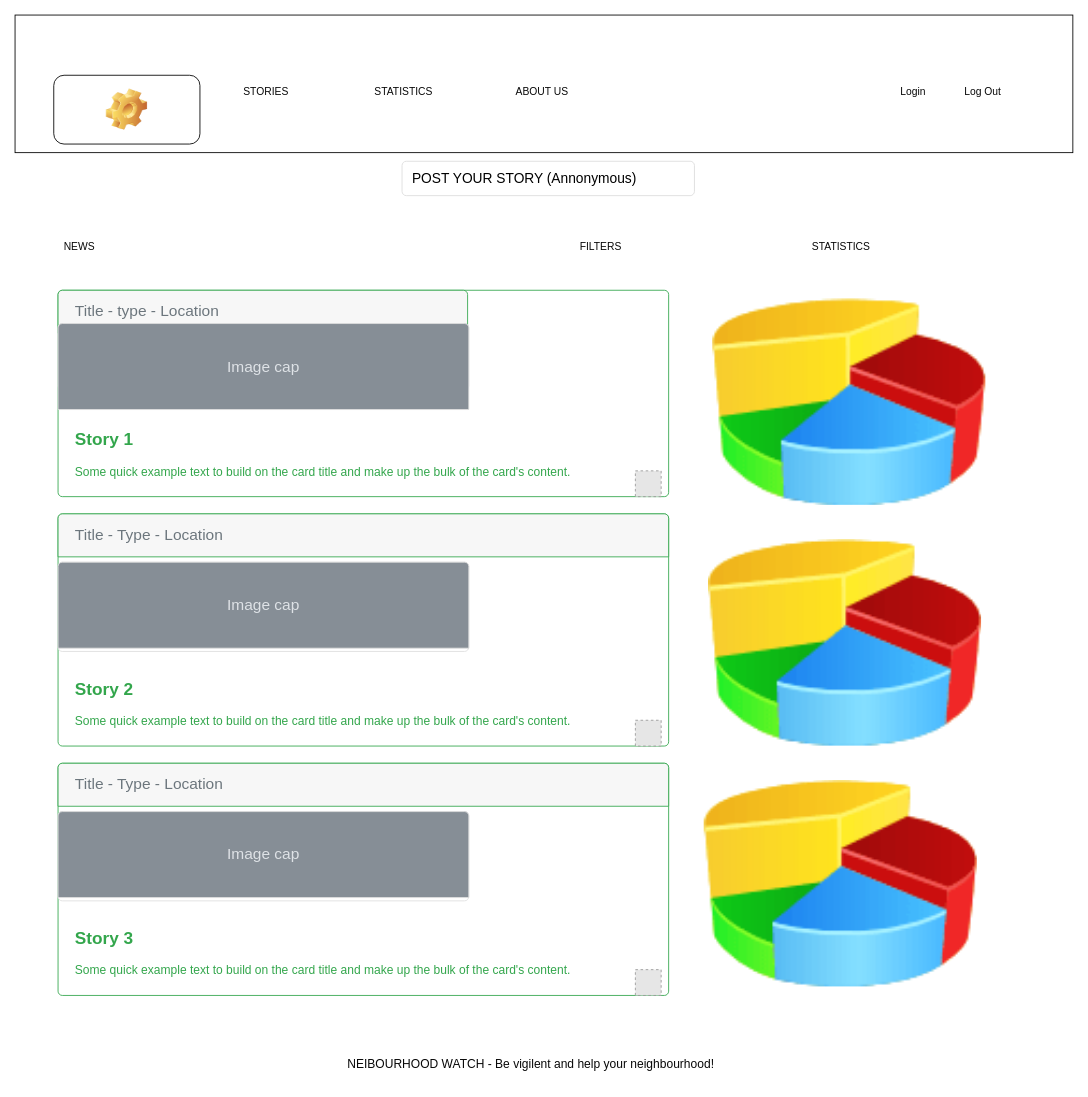
This is page "STORIES (Home)" (1 of 5) of Diagram.drawio from CristinaConsta/Neighbourhood, a draw.io file, before an edit. Source tidied: cells renumbered, new cells numbered last; positions are measured from the earlier drawing's top-left corner, leaving out a move shared by most shapes. Both pictures are drawn from the tidied source at 86%, with x=0, y=0 at pixel (15, 15). Pictures stored in the file or linked from it are replaced by grey dashed boxes.
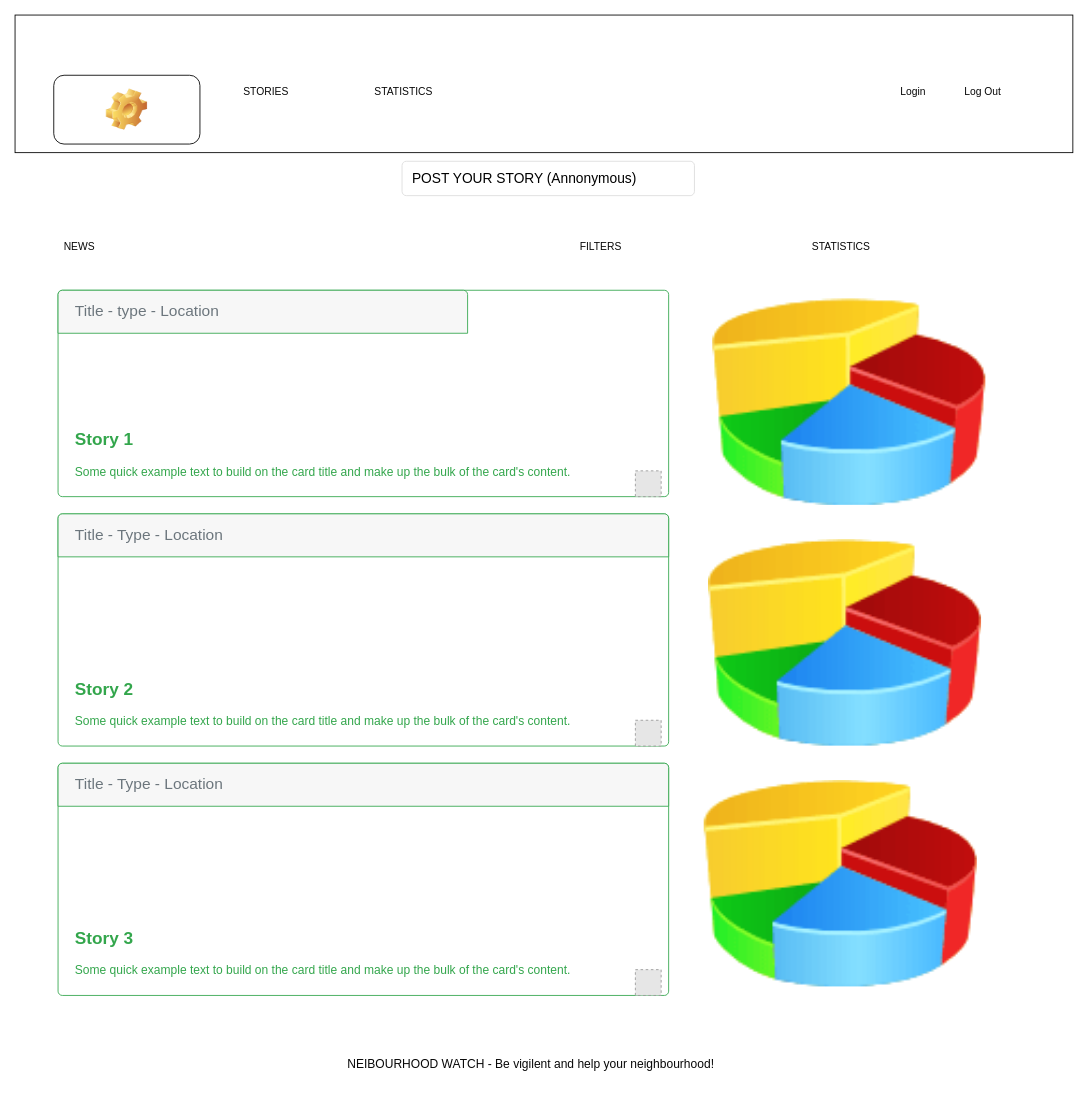
After the change.

The change refers to these unchanged cells:
```xml
<mxCell id="3" style="html=1;shadow=0;dashed=0;shape=mxgraph.bootstrap.rect;strokeColor=none;whiteSpace=wrap;rounded=0;fontSize=12;align=center;fillColor=none;noLabel=1;fontColor=none;" parent="1" vertex="1">
  <mxGeometry x="245" y="70" width="920" height="40" as="geometry" />
</mxCell>
<mxCell id="17" value="&lt;b&gt;&lt;font style=&quot;font-size: 20px&quot;&gt;Story 2&lt;/font&gt;&lt;/b&gt;&lt;br style=&quot;font-size: 14px&quot;&gt;&lt;br style=&quot;font-size: 14px&quot;&gt;Some quick example text to build on the card title and make up the bulk of the card's content." style="html=1;shadow=0;dashed=0;shape=mxgraph.bootstrap.rrect;rSize=5;strokeColor=#33A64C;html=1;whiteSpace=wrap;fillColor=#ffffff;fontColor=#33A64C;verticalAlign=bottom;align=left;spacing=20;spacingBottom=0;fontSize=14;" parent="1" vertex="1">
  <mxGeometry x="50" y="580" width="710" height="270" as="geometry" />
</mxCell>
<mxCell id="22" value="&lt;b&gt;&lt;font style=&quot;font-size: 20px&quot;&gt;Story 3&lt;/font&gt;&lt;/b&gt;&lt;br style=&quot;font-size: 14px&quot;&gt;&lt;br style=&quot;font-size: 14px&quot;&gt;Some quick example text to build on the card title and make up the bulk of the card's content." style="html=1;shadow=0;dashed=0;shape=mxgraph.bootstrap.rrect;rSize=5;strokeColor=#33A64C;html=1;whiteSpace=wrap;fillColor=#ffffff;fontColor=#33A64C;verticalAlign=bottom;align=left;spacing=20;spacingBottom=0;fontSize=14;" parent="1" vertex="1">
  <mxGeometry x="50" y="870" width="710" height="270" as="geometry" />
</mxCell>
```

Change to the diagram source:
```diff
@@
+    <mxCell id="12" value="&lt;b&gt;&lt;font style=&quot;font-size: 20px&quot;&gt;Story 1&lt;/font&gt;&lt;/b&gt;&lt;br style=&quot;font-size: 14px&quot;&gt;&lt;br style=&quot;font-size: 14px&quot;&gt;Some quick example text to build on the card title and make up the bulk of the card's content." style="html=1;shadow=0;dashed=0;shape=mxgraph.bootstrap.rrect;rSize=5;strokeColor=#33A64C;html=1;whiteSpace=wrap;fillColor=#ffffff;fontColor=#33A64C;verticalAlign=bottom;align=left;spacing=20;spacingBottom=0;fontSize=14;" parent="1" vertex="1">
+      <mxGeometry x="50" y="320" width="710" height="240" as="geometry" />
+    </mxCell>
+    <mxCell id="13" value="Title - type - Location" style="html=1;shadow=0;dashed=0;shape=mxgraph.bootstrap.topButton;rSize=5;perimeter=none;whiteSpace=wrap;fillColor=#F7F7F7;strokeColor=#33A64C;fontColor=#6C767D;fontSize=18;align=left;spacing=20;" parent="12" vertex="1">
+      <mxGeometry width="476.22" height="50" relative="1" as="geometry" />
+    </mxCell>
+    <mxCell id="16" style="fillColor=#E6E6E6;strokeColor=#999999;dashed=1;html=1;verticalAlign=top;verticalLabelPosition=bottom;labelBackgroundColor=#ffffff;" parent="12" vertex="1">
+      <mxGeometry x="671.3" y="210" width="30" height="30" as="geometry" />
+    </mxCell>
@@
-    <mxCell id="6" value="ABOUT US" style="html=1;shadow=0;dashed=0;fillColor=none;strokeColor=none;shape=mxgraph.bootstrap.rect;whiteSpace=wrap;fontColor=#080808;" parent="3" vertex="1">
-      <mxGeometry x="322" width="92" height="40" as="geometry" />
-    </mxCell>
@@
-    <mxCell id="12" value="&lt;b&gt;&lt;font style=&quot;font-size: 20px&quot;&gt;Story 1&lt;/font&gt;&lt;/b&gt;&lt;br style=&quot;font-size: 14px&quot;&gt;&lt;br style=&quot;font-size: 14px&quot;&gt;Some quick example text to build on the card title and make up the bulk of the card's content." style="html=1;shadow=0;dashed=0;shape=mxgraph.bootstrap.rrect;rSize=5;strokeColor=#33A64C;html=1;whiteSpace=wrap;fillColor=#ffffff;fontColor=#33A64C;verticalAlign=bottom;align=left;spacing=20;spacingBottom=0;fontSize=14;" parent="1" vertex="1">
-      <mxGeometry x="50" y="320" width="710" height="240" as="geometry" />
-    </mxCell>
-    <mxCell id="13" value="Title - type - Location" style="html=1;shadow=0;dashed=0;shape=mxgraph.bootstrap.topButton;rSize=5;perimeter=none;whiteSpace=wrap;fillColor=#F7F7F7;strokeColor=#33A64C;fontColor=#6C767D;fontSize=18;align=left;spacing=20;" parent="12" vertex="1">
-      <mxGeometry width="476.22" height="50" relative="1" as="geometry" />
-    </mxCell>
-    <mxCell id="14" style="html=1;shadow=0;dashed=0;shape=mxgraph.bootstrap.rrect;rSize=5;strokeColor=#DFDFDF;html=1;whiteSpace=wrap;fillColor=#ffffff;fontColor=#000000;verticalAlign=bottom;align=left;spacing=20;fontSize=14;" parent="12" vertex="1">
-      <mxGeometry y="38.7" width="477.6" height="77.4" as="geometry" />
-    </mxCell>
-    <mxCell id="15" value="Image cap" style="html=1;shadow=0;dashed=0;shape=mxgraph.bootstrap.topButton;rSize=5;perimeter=none;whiteSpace=wrap;fillColor=#868E96;strokeColor=#DFDFDF;fontColor=#DEE2E6;fontSize=18;" parent="14" vertex="1">
-      <mxGeometry width="477.64" height="100" relative="1" as="geometry" />
-    </mxCell>
-    <mxCell id="16" style="fillColor=#E6E6E6;strokeColor=#999999;dashed=1;html=1;verticalAlign=top;verticalLabelPosition=bottom;labelBackgroundColor=#ffffff;" parent="12" vertex="1">
-      <mxGeometry x="671.3" y="210" width="30" height="30" as="geometry" />
-    </mxCell>
@@
-    <mxCell id="19" style="html=1;shadow=0;dashed=0;shape=mxgraph.bootstrap.rrect;rSize=5;strokeColor=#DFDFDF;html=1;whiteSpace=wrap;fillColor=#ffffff;fontColor=#000000;verticalAlign=bottom;align=left;spacing=20;fontSize=14;" parent="17" vertex="1">
-      <mxGeometry y="56.2" width="477.6" height="103.8" as="geometry" />
-    </mxCell>
-    <mxCell id="20" value="Image cap" style="html=1;shadow=0;dashed=0;shape=mxgraph.bootstrap.topButton;rSize=5;perimeter=none;whiteSpace=wrap;fillColor=#868E96;strokeColor=#DFDFDF;fontColor=#DEE2E6;fontSize=18;" parent="19" vertex="1">
-      <mxGeometry width="477.64" height="100" relative="1" as="geometry" />
-    </mxCell>
@@
-    <mxCell id="24" style="html=1;shadow=0;dashed=0;shape=mxgraph.bootstrap.rrect;rSize=5;strokeColor=#DFDFDF;html=1;whiteSpace=wrap;fillColor=#ffffff;fontColor=#000000;verticalAlign=bottom;align=left;spacing=20;fontSize=14;" parent="22" vertex="1">
-      <mxGeometry y="56.2" width="477.6" height="103.8" as="geometry" />
-    </mxCell>
-    <mxCell id="25" value="Image cap" style="html=1;shadow=0;dashed=0;shape=mxgraph.bootstrap.topButton;rSize=5;perimeter=none;whiteSpace=wrap;fillColor=#868E96;strokeColor=#DFDFDF;fontColor=#DEE2E6;fontSize=18;" parent="24" vertex="1">
-      <mxGeometry width="477.64" height="100" relative="1" as="geometry" />
-    </mxCell>
```
